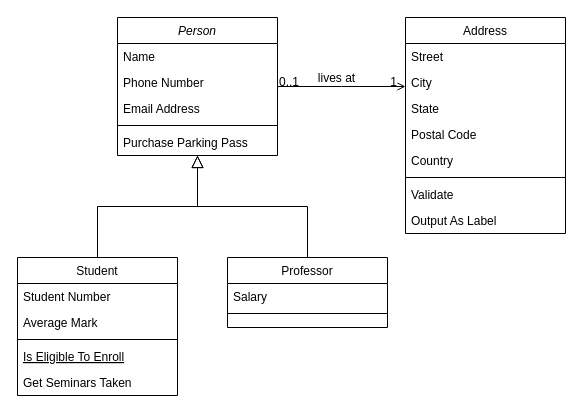
Above: Untitled Diagram.drawio in xkyurax/uml-java-dio (draw.io), before the change. Source tidied: cells renumbered, new cells numbered last; positions are measured from the earlier drawing's top-left corner, leaving out a move shared by most shapes. Both pictures are drawn from the tidied source at 100%, with x=0, y=0 at pixel (17, 17).
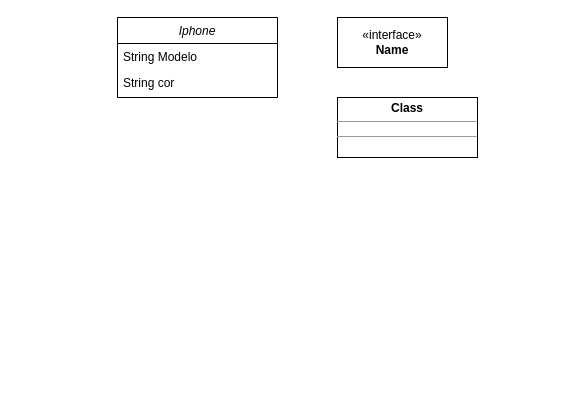
Above is the later version.

Change to the diagram source:
```diff
@@
-    <mxCell id="2" value="Person" style="swimlane;fontStyle=2;align=center;verticalAlign=top;horizontal=1;startSize=26;rounded=0;shadow=0;strokeWidth=1;" parent="1" vertex="1">
-      <mxGeometry x="100" width="160" height="138" as="geometry" />
+    <mxCell id="2" value="Iphone&#10;" style="swimlane;fontStyle=2;align=center;verticalAlign=top;horizontal=1;startSize=26;rounded=0;shadow=0;strokeWidth=1;" parent="1" vertex="1">
+      <mxGeometry x="100" width="160" height="80" as="geometry" />
     </mxCell>
-    <mxCell id="3" value="Name" style="text;align=left;verticalAlign=top;spacingLeft=4;spacingRight=4;overflow=hidden;" parent="2" vertex="1">
+    <mxCell id="3" value="String Modelo" style="text;align=left;verticalAlign=top;spacingLeft=4;spacingRight=4;overflow=hidden;" parent="2" vertex="1">
       <mxGeometry y="26" width="160" height="26" as="geometry" />
     </mxCell>
-    <mxCell id="4" value="Phone Number" style="text;align=left;verticalAlign=top;spacingLeft=4;spacingRight=4;overflow=hidden;rounded=0;shadow=0;html=0;" parent="2" vertex="1">
+    <mxCell id="4" value="String cor" style="text;align=left;verticalAlign=top;spacingLeft=4;spacingRight=4;overflow=hidden;rounded=0;shadow=0;html=0;" parent="2" vertex="1">
       <mxGeometry y="52" width="160" height="26" as="geometry" />
     </mxCell>
-    <mxCell id="5" value="Email Address" style="text;align=left;verticalAlign=top;spacingLeft=4;spacingRight=4;overflow=hidden;rounded=0;shadow=0;html=0;" parent="2" vertex="1">
-      <mxGeometry y="78" width="160" height="26" as="geometry" />
-    </mxCell>
-    <mxCell id="6" style="line;html=1;strokeWidth=1;align=left;verticalAlign=middle;spacingTop=-1;spacingLeft=3;spacingRight=3;labelPosition=right;" parent="2" vertex="1">
-      <mxGeometry y="104" width="160" height="8" as="geometry" />
-    </mxCell>
-    <mxCell id="7" value="Purchase Parking Pass" style="text;align=left;verticalAlign=top;spacingLeft=4;spacingRight=4;overflow=hidden;" parent="2" vertex="1">
-      <mxGeometry y="112" width="160" height="26" as="geometry" />
-    </mxCell>
-    <mxCell id="8" value="Student" style="swimlane;fontStyle=0;align=center;verticalAlign=top;horizontal=1;startSize=26;rounded=0;shadow=0;strokeWidth=1;" parent="1" vertex="1">
-      <mxGeometry y="240" width="160" height="138" as="geometry" />
-    </mxCell>
-    <mxCell id="9" value="Student Number" style="text;align=left;verticalAlign=top;spacingLeft=4;spacingRight=4;overflow=hidden;" parent="8" vertex="1">
-      <mxGeometry y="26" width="160" height="26" as="geometry" />
-    </mxCell>
-    <mxCell id="10" value="Average Mark" style="text;align=left;verticalAlign=top;spacingLeft=4;spacingRight=4;overflow=hidden;rounded=0;shadow=0;html=0;" parent="8" vertex="1">
-      <mxGeometry y="52" width="160" height="26" as="geometry" />
-    </mxCell>
-    <mxCell id="11" style="line;html=1;strokeWidth=1;align=left;verticalAlign=middle;spacingTop=-1;spacingLeft=3;spacingRight=3;labelPosition=right;" parent="8" vertex="1">
-      <mxGeometry y="78" width="160" height="8" as="geometry" />
-    </mxCell>
-    <mxCell id="12" value="Is Eligible To Enroll" style="text;align=left;verticalAlign=top;spacingLeft=4;spacingRight=4;overflow=hidden;fontStyle=4;" parent="8" vertex="1">
-      <mxGeometry y="86" width="160" height="26" as="geometry" />
-    </mxCell>
-    <mxCell id="13" value="Get Seminars Taken" style="text;align=left;verticalAlign=top;spacingLeft=4;spacingRight=4;overflow=hidden;" parent="8" vertex="1">
-      <mxGeometry y="112" width="160" height="26" as="geometry" />
-    </mxCell>
-    <mxCell id="14" style="endArrow=block;endSize=10;endFill=0;shadow=0;strokeWidth=1;rounded=0;edgeStyle=elbowEdgeStyle;elbow=vertical;" parent="1" edge="1" source="8" target="2">
-      <mxGeometry relative="1" as="geometry" />
-    </mxCell>
-    <mxCell id="15" value="Professor" style="swimlane;fontStyle=0;align=center;verticalAlign=top;horizontal=1;startSize=26;rounded=0;shadow=0;strokeWidth=1;" parent="1" vertex="1">
-      <mxGeometry x="210" y="240" width="160" height="70" as="geometry" />
-    </mxCell>
-    <mxCell id="16" value="Salary" style="text;align=left;verticalAlign=top;spacingLeft=4;spacingRight=4;overflow=hidden;" parent="15" vertex="1">
-      <mxGeometry y="26" width="160" height="26" as="geometry" />
-    </mxCell>
-    <mxCell id="17" style="line;html=1;strokeWidth=1;align=left;verticalAlign=middle;spacingTop=-1;spacingLeft=3;spacingRight=3;labelPosition=right;" parent="15" vertex="1">
-      <mxGeometry y="52" width="160" height="8" as="geometry" />
-    </mxCell>
-    <mxCell id="18" style="endArrow=block;endSize=10;endFill=0;shadow=0;strokeWidth=1;rounded=0;edgeStyle=elbowEdgeStyle;elbow=vertical;" parent="1" edge="1" source="15" target="2">
-      <mxGeometry relative="1" as="geometry" />
-    </mxCell>
-    <mxCell id="19" value="Address" style="swimlane;fontStyle=0;align=center;verticalAlign=top;horizontal=1;startSize=26;rounded=0;shadow=0;strokeWidth=1;" parent="1" vertex="1">
-      <mxGeometry x="388" width="160" height="216" as="geometry" />
-    </mxCell>
-    <mxCell id="20" value="Street" style="text;align=left;verticalAlign=top;spacingLeft=4;spacingRight=4;overflow=hidden;" parent="19" vertex="1">
-      <mxGeometry y="26" width="160" height="26" as="geometry" />
-    </mxCell>
-    <mxCell id="21" value="City" style="text;align=left;verticalAlign=top;spacingLeft=4;spacingRight=4;overflow=hidden;rounded=0;shadow=0;html=0;" parent="19" vertex="1">
-      <mxGeometry y="52" width="160" height="26" as="geometry" />
-    </mxCell>
-    <mxCell id="22" value="State" style="text;align=left;verticalAlign=top;spacingLeft=4;spacingRight=4;overflow=hidden;rounded=0;shadow=0;html=0;" parent="19" vertex="1">
-      <mxGeometry y="78" width="160" height="26" as="geometry" />
-    </mxCell>
-    <mxCell id="23" value="Postal Code" style="text;align=left;verticalAlign=top;spacingLeft=4;spacingRight=4;overflow=hidden;rounded=0;shadow=0;html=0;" parent="19" vertex="1">
-      <mxGeometry y="104" width="160" height="26" as="geometry" />
-    </mxCell>
-    <mxCell id="24" value="Country" style="text;align=left;verticalAlign=top;spacingLeft=4;spacingRight=4;overflow=hidden;rounded=0;shadow=0;html=0;" parent="19" vertex="1">
-      <mxGeometry y="130" width="160" height="26" as="geometry" />
-    </mxCell>
-    <mxCell id="25" style="line;html=1;strokeWidth=1;align=left;verticalAlign=middle;spacingTop=-1;spacingLeft=3;spacingRight=3;labelPosition=right;" parent="19" vertex="1">
-      <mxGeometry y="156" width="160" height="8" as="geometry" />
-    </mxCell>
-    <mxCell id="26" value="Validate" style="text;align=left;verticalAlign=top;spacingLeft=4;spacingRight=4;overflow=hidden;" parent="19" vertex="1">
-      <mxGeometry y="164" width="160" height="26" as="geometry" />
-    </mxCell>
-    <mxCell id="27" value="Output As Label" style="text;align=left;verticalAlign=top;spacingLeft=4;spacingRight=4;overflow=hidden;" parent="19" vertex="1">
-      <mxGeometry y="190" width="160" height="26" as="geometry" />
-    </mxCell>
-    <mxCell id="28" style="endArrow=open;shadow=0;strokeWidth=1;rounded=0;endFill=1;edgeStyle=elbowEdgeStyle;elbow=vertical;" parent="1" edge="1" source="2" target="19">
-      <mxGeometry x="0.5" y="41" relative="1" as="geometry">
-        <mxPoint x="-40" y="32" as="offset" />
-      </mxGeometry>
-    </mxCell>
-    <mxCell id="29" value="0..1" style="align=left;verticalAlign=bottom;labelBackgroundColor=none;fontSize=12;" parent="28" vertex="1">
-      <mxGeometry x="-1" relative="1" as="geometry">
-        <mxPoint y="4" as="offset" />
-      </mxGeometry>
-    </mxCell>
-    <mxCell id="30" value="1" style="align=right;verticalAlign=bottom;labelBackgroundColor=none;fontSize=12;" parent="28" vertex="1">
-      <mxGeometry x="1" relative="1" as="geometry">
-        <mxPoint x="-7" y="4" as="offset" />
-      </mxGeometry>
-    </mxCell>
-    <mxCell id="31" value="lives at" style="text;html=1;align=center;verticalAlign=middle;labelBackgroundColor=none;rounded=0;shadow=0;strokeWidth=1;fontSize=12;" parent="28" vertex="1">
-      <mxGeometry x="0.5" y="49" relative="1" as="geometry">
-        <mxPoint x="-38" y="40" as="offset" />
-      </mxGeometry>
-    </mxCell>
+    <mxCell id="32" value="&amp;laquo;interface&amp;raquo;&lt;br&gt;&lt;b&gt;Name&lt;/b&gt;" style="html=1;whiteSpace=wrap;" parent="1" vertex="1">
+      <mxGeometry x="320" width="110" height="50" as="geometry" />
+    </mxCell>
+    <mxCell id="33" value="&lt;p style=&quot;margin:0px;margin-top:4px;text-align:center;&quot;&gt;&lt;b&gt;Class&lt;/b&gt;&lt;/p&gt;&lt;hr size=&quot;1&quot;/&gt;&lt;div style=&quot;height:2px;&quot;&gt;&lt;/div&gt;&lt;hr size=&quot;1&quot;/&gt;&lt;div style=&quot;height:2px;&quot;&gt;&lt;/div&gt;" style="verticalAlign=top;align=left;overflow=fill;fontSize=12;fontFamily=Helvetica;html=1;whiteSpace=wrap;" parent="1" vertex="1">
+      <mxGeometry x="320" y="80" width="140" height="60" as="geometry" />
+    </mxCell>
```
